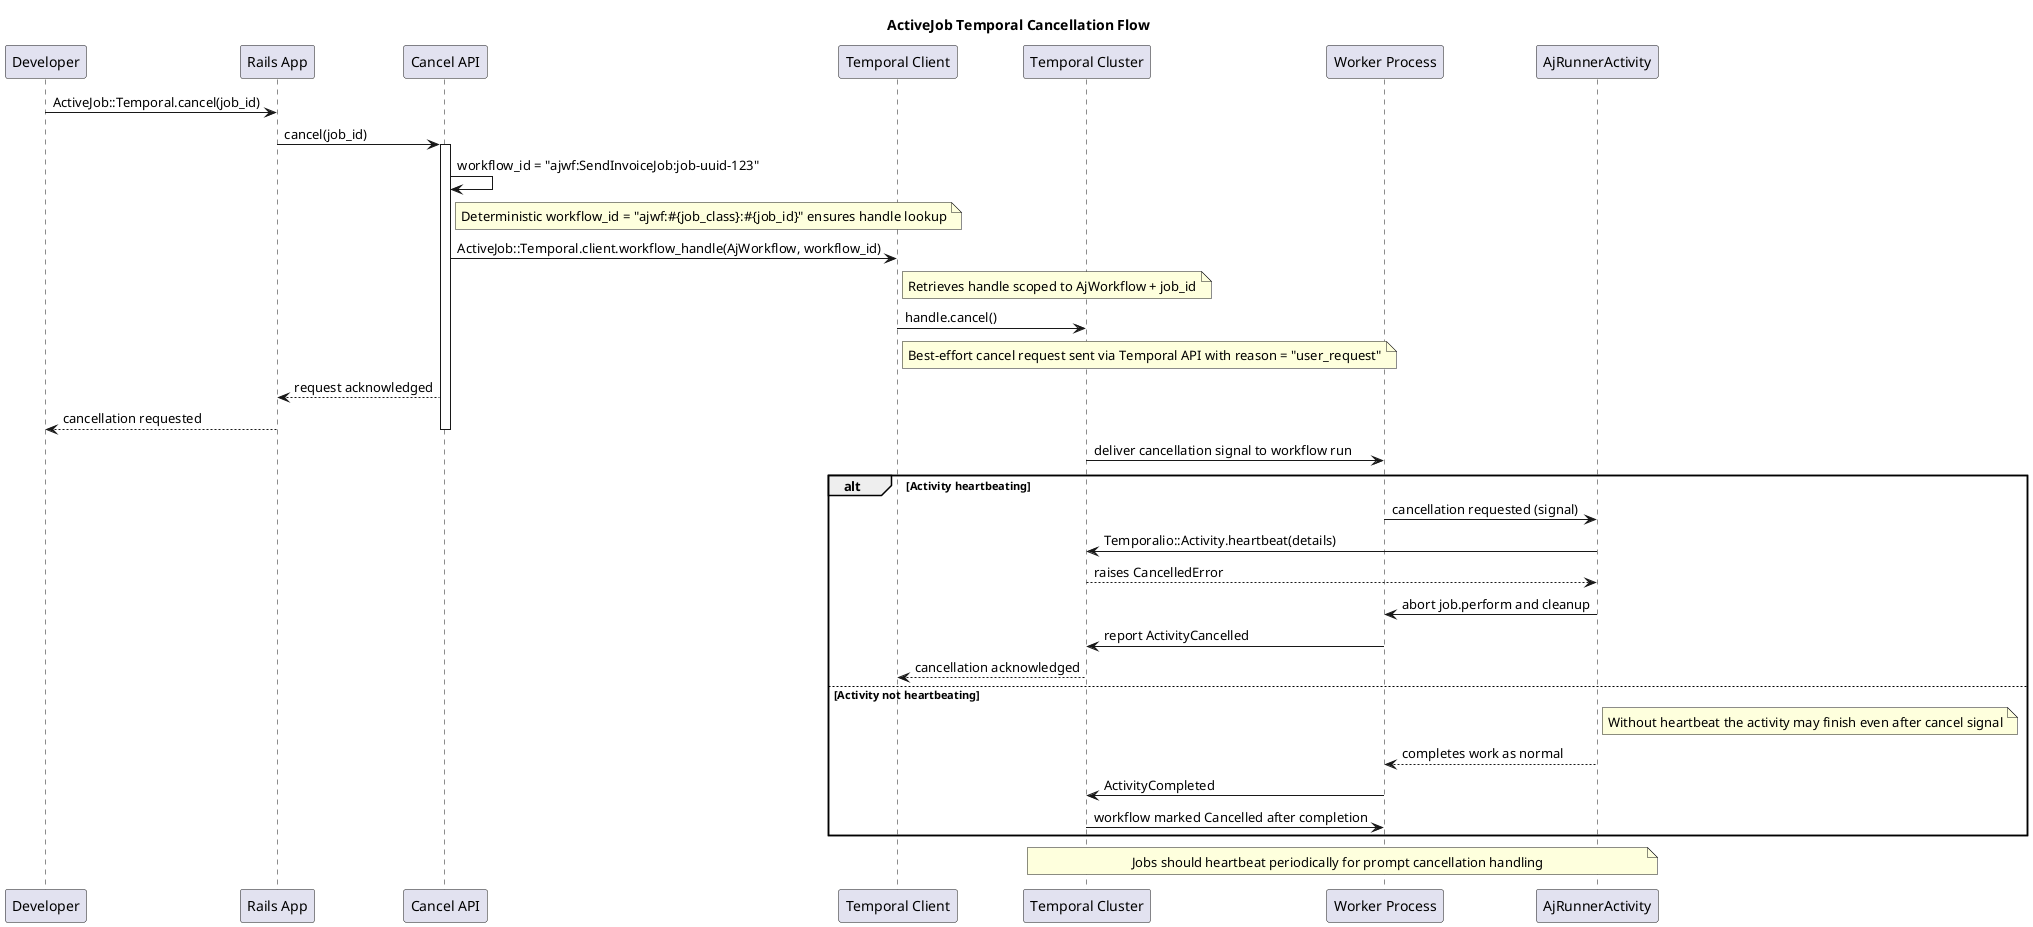
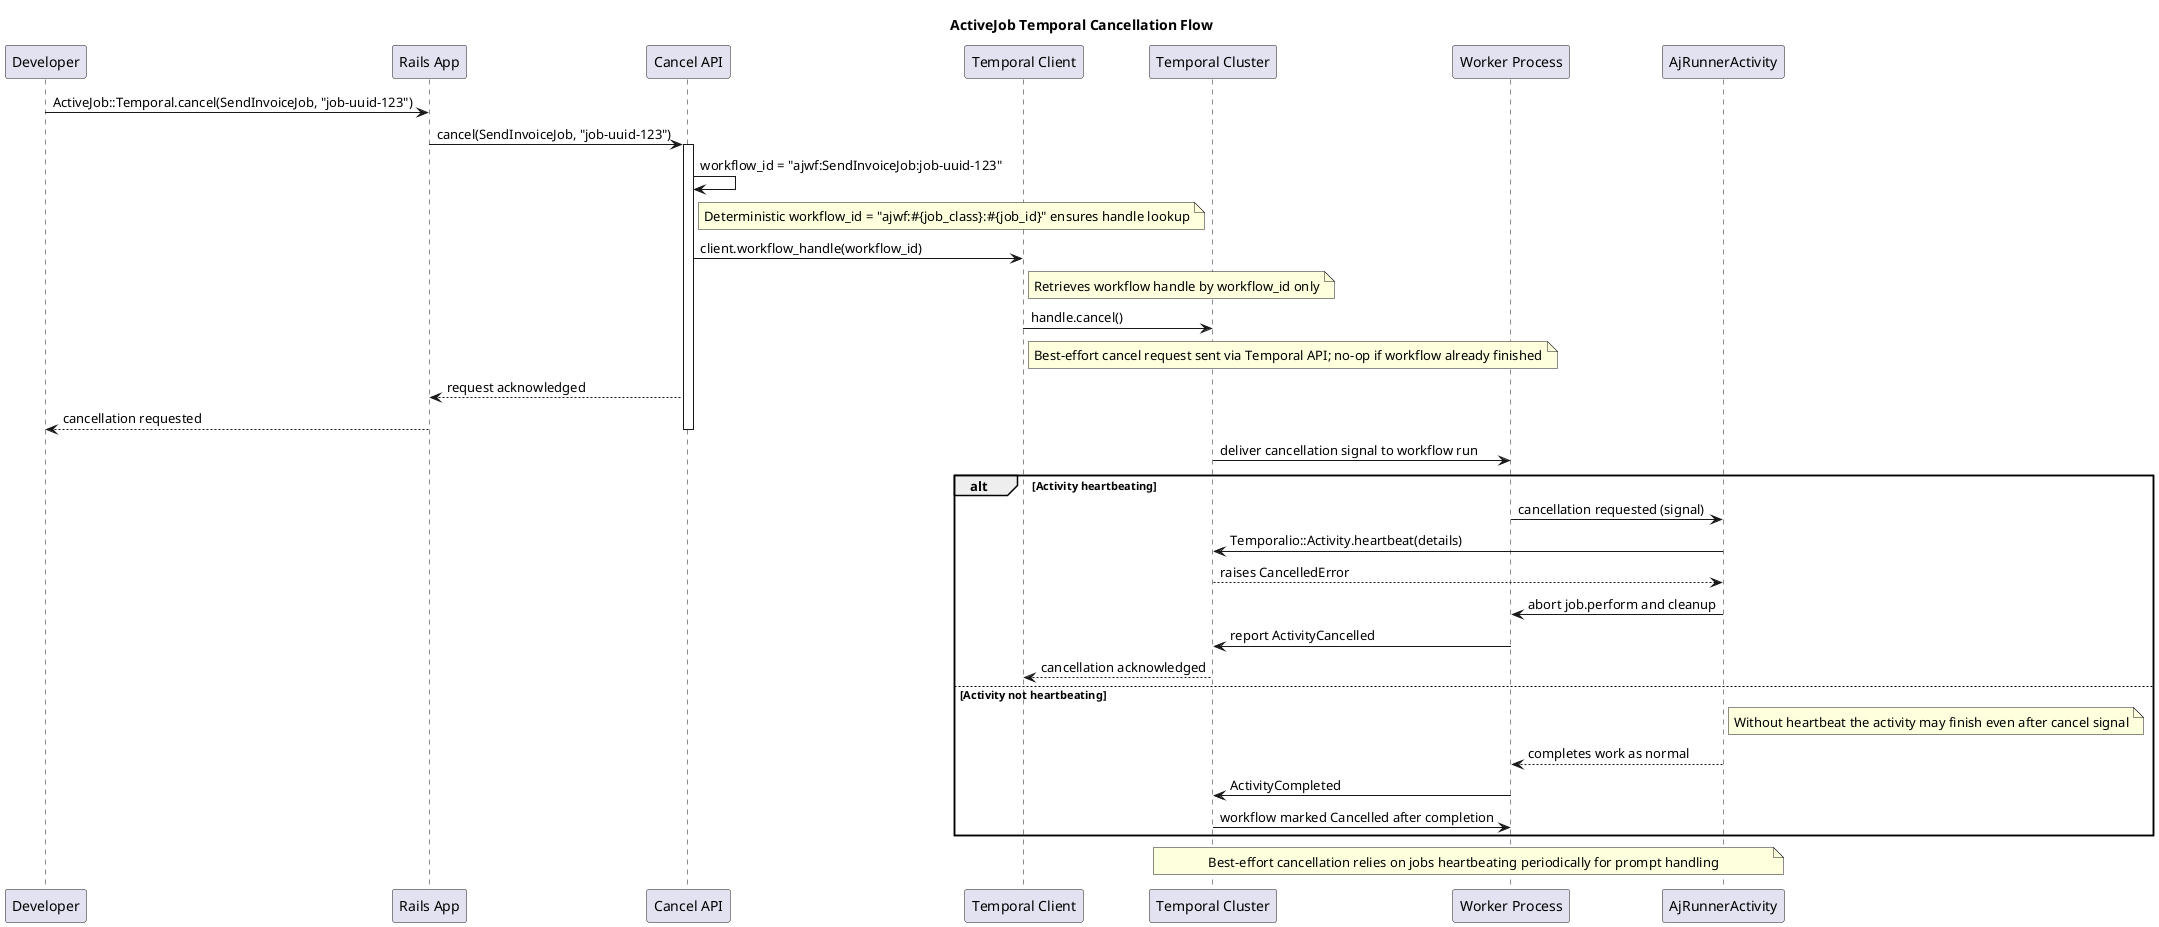
@startuml
title ActiveJob Temporal Cancellation Flow

participant "Developer" as Dev
participant "Rails App" as Rails
participant "Cancel API" as Cancel
participant "Temporal Client" as Client
participant "Temporal Cluster" as Temporal
participant "Worker Process" as Worker
participant "AjRunnerActivity" as Activity

- Dev -> Rails: ActiveJob::Temporal.cancel(job_id)
- Rails -> Cancel: cancel(job_id)
+ Dev -> Rails: ActiveJob::Temporal.cancel(SendInvoiceJob, "job-uuid-123")
+ Rails -> Cancel: cancel(SendInvoiceJob, "job-uuid-123")
activate Cancel
Cancel -> Cancel: workflow_id = "ajwf:SendInvoiceJob:job-uuid-123"
note right of Cancel: Deterministic workflow_id = "ajwf:#{job_class}:#{job_id}" ensures handle lookup
- Cancel -> Client: ActiveJob::Temporal.client.workflow_handle(AjWorkflow, workflow_id)
- note right of Client: Retrieves handle scoped to AjWorkflow + job_id
+ Cancel -> Client: client.workflow_handle(workflow_id)
+ note right of Client: Retrieves workflow handle by workflow_id only
Client -> Temporal: handle.cancel()
- note right of Client: Best-effort cancel request sent via Temporal API with reason = "user_request"
+ note right of Client: Best-effort cancel request sent via Temporal API; no-op if workflow already finished
Cancel --> Rails: request acknowledged
Rails --> Dev: cancellation requested
deactivate Cancel
Temporal -> Worker: deliver cancellation signal to workflow run

alt Activity heartbeating
  Worker -> Activity: cancellation requested (signal)
  Activity -> Temporal: Temporalio::Activity.heartbeat(details)
  Temporal --> Activity: raises CancelledError
  Activity -> Worker: abort job.perform and cleanup
  Worker -> Temporal: report ActivityCancelled
  Temporal --> Client: cancellation acknowledged
else Activity not heartbeating
  note right of Activity: Without heartbeat the activity may finish even after cancel signal
  Activity --> Worker: completes work as normal
  Worker -> Temporal: ActivityCompleted
  Temporal -> Worker: workflow marked Cancelled after completion
end

- note over Activity, Temporal: Jobs should heartbeat periodically for prompt cancellation handling
+ note over Activity, Temporal: Best-effort cancellation relies on jobs heartbeating periodically for prompt handling
@enduml
